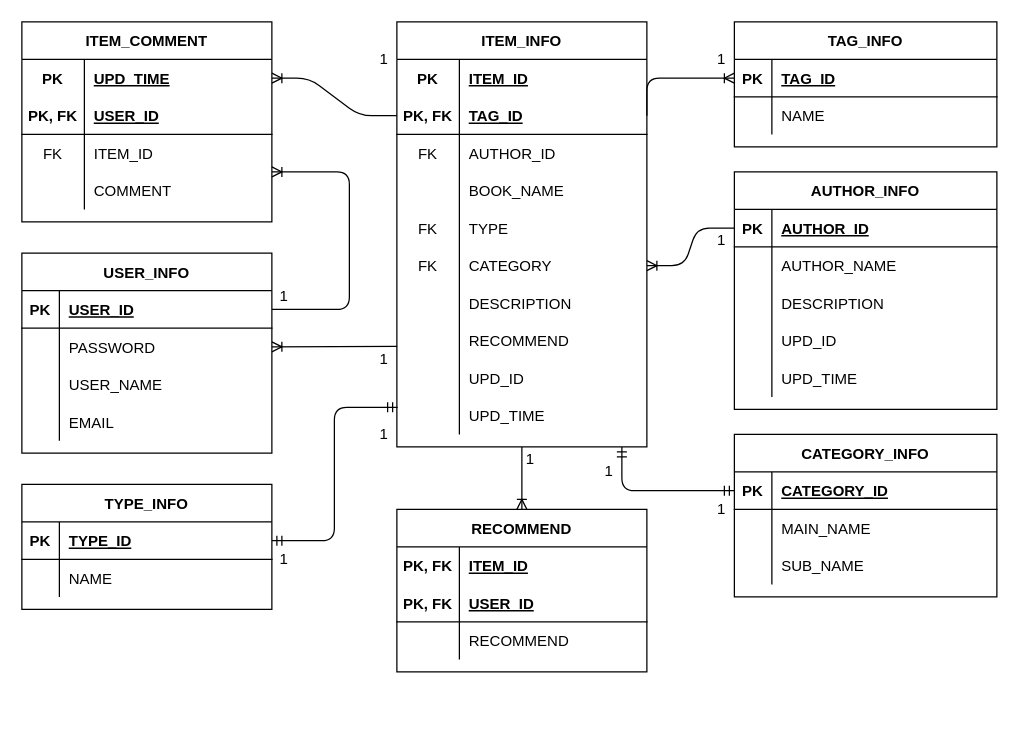
memorykghs/Recommend-Books-And-Drama keeps this draw.io diagram as ER model.drawio. Above is the earlier version. Source tidied: cells renumbered, new cells numbered last; positions are measured from the earlier drawing's top-left corner, leaving out a move shared by most shapes. Both pictures are drawn from the tidied source at 125%, with x=0, y=0 at pixel (21, 21).
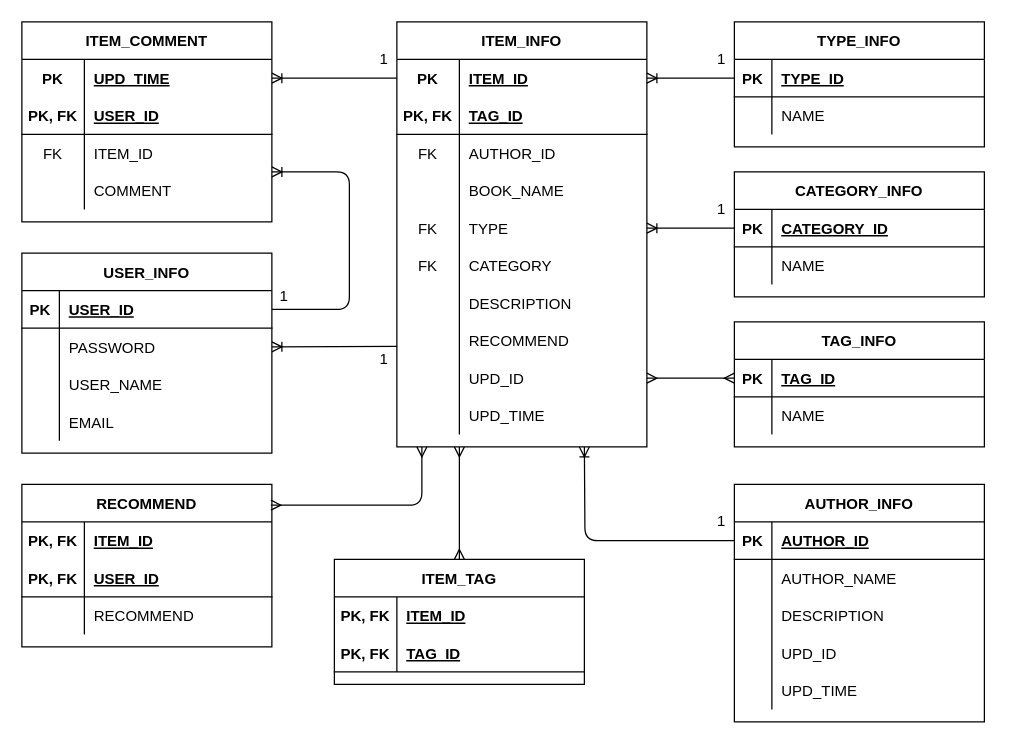
The same page after the edit.

Unchanged cells that the change refers to:
```xml
<mxCell id="25" value="ITEM_INFO" style="shape=table;startSize=30;childLayout=tableLayout;rowLines=0;fontStyle=1;align=center;" parent="1" vertex="1">
  <mxGeometry x="300" width="200" height="340" as="geometry" />
</mxCell>
<mxCell id="26" style="shape=partialRectangle;fillColor=none;points=[[0,0.5],[1,0.5]];portConstraint=eastwest;top=0;left=0;right=0;bottom=0;" parent="25" vertex="1">
  <mxGeometry y="30" width="200" height="30" as="geometry" />
</mxCell>
<mxCell id="29" style="shape=partialRectangle;fillColor=none;points=[[0,0.5],[1,0.5]];portConstraint=eastwest;top=0;left=0;right=0;bottom=1;" parent="25" vertex="1">
  <mxGeometry y="60" width="200" height="30" as="geometry" />
</mxCell>
<mxCell id="38" style="shape=partialRectangle;fillColor=none;points=[[0,0.5],[1,0.5]];portConstraint=eastwest;top=0;left=0;right=0;bottom=0;" parent="25" vertex="1">
  <mxGeometry y="150" width="200" height="30" as="geometry" />
</mxCell>
<mxCell id="41" style="shape=partialRectangle;fillColor=none;points=[[0,0.5],[1,0.5]];portConstraint=eastwest;top=0;left=0;right=0;bottom=0;" parent="25" vertex="1">
  <mxGeometry y="180" width="200" height="30" as="geometry" />
</mxCell>
<mxCell id="50" style="shape=partialRectangle;fillColor=none;points=[[0,0.5],[1,0.5]];portConstraint=eastwest;top=0;left=0;right=0;bottom=0;" parent="25" vertex="1">
  <mxGeometry y="270" width="200" height="30" as="geometry" />
</mxCell>
<mxCell id="53" style="shape=partialRectangle;fillColor=none;points=[[0,0.5],[1,0.5]];portConstraint=eastwest;top=0;left=0;right=0;bottom=0;" parent="25" vertex="1">
  <mxGeometry y="300" width="200" height="30" as="geometry" />
</mxCell>
<mxCell id="57" style="shape=partialRectangle;fillColor=none;points=[[0,0.5],[1,0.5]];portConstraint=eastwest;top=0;left=0;right=0;bottom=0;" parent="56" vertex="1">
  <mxGeometry y="30" width="200" height="30" as="geometry" />
</mxCell>
<mxCell id="83" style="shape=partialRectangle;fillColor=none;points=[[0,0.5],[1,0.5]];portConstraint=eastwest;top=0;left=0;right=0;bottom=1;" parent="82" vertex="1">
  <mxGeometry y="30" width="200" height="30" as="geometry" />
</mxCell>
```

What changed in the source:
```diff
@@
     <mxCell id="2" value="AUTHOR_INFO" style="shape=table;startSize=30;childLayout=tableLayout;rowLines=0;fontStyle=1;align=center;" parent="1" vertex="1">
-      <mxGeometry x="570" y="120" width="210" height="190" as="geometry" />
+      <mxGeometry x="570" y="370" width="200" height="190" as="geometry" />
     </mxCell>
     <mxCell id="3" style="shape=partialRectangle;fillColor=none;points=[[0,0.5],[1,0.5]];portConstraint=eastwest;top=0;left=0;right=0;bottom=1;" parent="2" vertex="1">
-      <mxGeometry y="30" width="210" height="30" as="geometry" />
+      <mxGeometry y="30" width="200" height="30" as="geometry" />
     </mxCell>
@@
     <mxCell id="5" value="AUTHOR_ID" style="shape=partialRectangle;overflow=hidden;fillColor=none;top=0;left=0;bottom=0;right=0;align=left;spacingLeft=6;fontStyle=5;" parent="3" vertex="1">
-      <mxGeometry x="30" width="180" height="30" as="geometry" />
+      <mxGeometry x="30" width="170" height="30" as="geometry" />
     </mxCell>
     <mxCell id="6" style="shape=partialRectangle;fillColor=none;top=0;left=0;right=0;bottom=0;" parent="2" vertex="1">
-      <mxGeometry y="60" width="210" height="30" as="geometry" />
+      <mxGeometry y="60" width="200" height="30" as="geometry" />
     </mxCell>
@@
     <mxCell id="8" value="AUTHOR_NAME" style="shape=partialRectangle;overflow=hidden;fillColor=none;top=0;left=0;bottom=0;right=0;align=left;spacingLeft=6;" parent="6" vertex="1">
-      <mxGeometry x="30" width="180" height="30" as="geometry" />
+      <mxGeometry x="30" width="170" height="30" as="geometry" />
     </mxCell>
     <mxCell id="9" style="shape=partialRectangle;fillColor=none;top=0;left=0;right=0;bottom=0;" parent="2" vertex="1">
-      <mxGeometry y="90" width="210" height="30" as="geometry" />
+      <mxGeometry y="90" width="200" height="30" as="geometry" />
     </mxCell>
@@
     <mxCell id="11" value="DESCRIPTION" style="shape=partialRectangle;overflow=hidden;fillColor=none;top=0;left=0;bottom=0;right=0;align=left;spacingLeft=6;" parent="9" vertex="1">
-      <mxGeometry x="30" width="180" height="30" as="geometry" />
+      <mxGeometry x="30" width="170" height="30" as="geometry" />
     </mxCell>
     <mxCell id="12" style="shape=partialRectangle;fillColor=none;top=0;left=0;right=0;bottom=0;" parent="2" vertex="1">
-      <mxGeometry y="120" width="210" height="30" as="geometry" />
+      <mxGeometry y="120" width="200" height="30" as="geometry" />
     </mxCell>
@@
     <mxCell id="14" value="UPD_ID" style="shape=partialRectangle;overflow=hidden;fillColor=none;top=0;left=0;bottom=0;right=0;align=left;spacingLeft=6;" parent="12" vertex="1">
-      <mxGeometry x="30" width="180" height="30" as="geometry" />
+      <mxGeometry x="30" width="170" height="30" as="geometry" />
     </mxCell>
     <mxCell id="15" style="shape=partialRectangle;fillColor=none;top=0;left=0;right=0;bottom=0;" parent="2" vertex="1">
-      <mxGeometry y="150" width="210" height="30" as="geometry" />
+      <mxGeometry y="150" width="200" height="30" as="geometry" />
     </mxCell>
@@
     <mxCell id="17" value="UPD_TIME" style="shape=partialRectangle;overflow=hidden;fillColor=none;top=0;left=0;bottom=0;right=0;align=left;spacingLeft=6;" parent="15" vertex="1">
-      <mxGeometry x="30" width="180" height="30" as="geometry" />
+      <mxGeometry x="30" width="170" height="30" as="geometry" />
     </mxCell>
     <mxCell id="18" value="TAG_INFO" style="shape=table;startSize=30;childLayout=tableLayout;rowLines=0;fontStyle=1;align=center;" parent="1" vertex="1">
-      <mxGeometry x="570" width="210" height="100" as="geometry" />
+      <mxGeometry x="570" y="240" width="200" height="100" as="geometry" />
     </mxCell>
     <mxCell id="19" style="shape=partialRectangle;fillColor=none;points=[[0,0.5],[1,0.5]];portConstraint=eastwest;top=0;left=0;right=0;bottom=1;" parent="18" vertex="1">
-      <mxGeometry y="30" width="210" height="30" as="geometry" />
+      <mxGeometry y="30" width="200" height="30" as="geometry" />
     </mxCell>
@@
     <mxCell id="21" value="TAG_ID" style="shape=partialRectangle;overflow=hidden;fillColor=none;top=0;left=0;bottom=0;right=0;align=left;spacingLeft=6;fontStyle=5;" parent="19" vertex="1">
-      <mxGeometry x="30" width="180" height="30" as="geometry" />
+      <mxGeometry x="30" width="170" height="30" as="geometry" />
     </mxCell>
     <mxCell id="22" style="shape=partialRectangle;fillColor=none;top=0;left=0;right=0;bottom=0;" parent="18" vertex="1">
-      <mxGeometry y="60" width="210" height="30" as="geometry" />
+      <mxGeometry y="60" width="200" height="30" as="geometry" />
     </mxCell>
@@
     <mxCell id="24" value="NAME" style="shape=partialRectangle;overflow=hidden;fillColor=none;top=0;left=0;bottom=0;right=0;align=left;spacingLeft=6;" parent="22" vertex="1">
-      <mxGeometry x="30" width="180" height="30" as="geometry" />
+      <mxGeometry x="30" width="170" height="30" as="geometry" />
     </mxCell>
@@
     <mxCell id="82" value="TYPE_INFO" style="shape=table;startSize=30;childLayout=tableLayout;rowLines=0;fontStyle=1;align=center;" parent="1" vertex="1">
-      <mxGeometry y="370" width="200" height="100" as="geometry" />
+      <mxGeometry x="570" width="200" height="100" as="geometry" />
     </mxCell>
@@
-    <mxCell id="89" style="edgeStyle=entityRelationEdgeStyle;fontSize=12;html=1;endArrow=ERoneToMany;exitX=0;exitY=0.5;exitDx=0;exitDy=0;entryX=1;entryY=0.5;entryDx=0;entryDy=0;" parent="1" edge="1" source="29" target="57">
+    <mxCell id="89" style="fontSize=12;html=1;endArrow=ERoneToMany;exitX=0;exitY=0.5;exitDx=0;exitDy=0;entryX=1;entryY=0.5;entryDx=0;entryDy=0;" parent="1" edge="1" source="26" target="57">
       <mxGeometry relative="1" as="geometry" />
     </mxCell>
@@
-    <mxCell id="91" style="edgeStyle=elbowEdgeStyle;fontSize=12;html=1;endArrow=ERoneToMany;exitX=1;exitY=0.5;exitDx=0;exitDy=0;entryX=0;entryY=0.5;entryDx=0;entryDy=0;" parent="1" edge="1" source="29" target="19">
-      <mxGeometry relative="1" as="geometry">
-        <Array as="points">
-          <mxPoint x="500" y="45" />
-        </Array>
-      </mxGeometry>
-    </mxCell>
@@
-    <mxCell id="93" style="edgeStyle=elbowEdgeStyle;fontSize=12;html=1;endArrow=ERmandOne;startArrow=ERmandOne;exitX=0.003;exitY=0.278;exitDx=0;exitDy=0;exitPerimeter=0;" parent="1" edge="1" source="53" target="83">
-      <mxGeometry relative="1" as="geometry">
-        <Array as="points">
-          <mxPoint x="250" y="360" />
-          <mxPoint x="400" y="410" />
-        </Array>
-      </mxGeometry>
-    </mxCell>
-    <mxCell id="94" value="1" style="text;html=1;strokeColor=none;fillColor=none;align=center;verticalAlign=middle;whiteSpace=wrap;rounded=0;" parent="1" vertex="1">
-      <mxGeometry x="270" y="320" width="40" height="20" as="geometry" />
-    </mxCell>
-    <mxCell id="95" value="1" style="text;html=1;strokeColor=none;fillColor=none;align=center;verticalAlign=middle;whiteSpace=wrap;rounded=0;" parent="1" vertex="1">
-      <mxGeometry x="190" y="420" width="40" height="20" as="geometry" />
-    </mxCell>
-    <mxCell id="96" style="edgeStyle=entityRelationEdgeStyle;fontSize=12;html=1;endArrow=ERoneToMany;exitX=0;exitY=0.5;exitDx=0;exitDy=0;entryX=1;entryY=0.5;entryDx=0;entryDy=0;" parent="1" edge="1" source="3" target="41">
-      <mxGeometry relative="1" as="geometry" />
-    </mxCell>
     <mxCell id="97" value="1" style="text;html=1;strokeColor=none;fillColor=none;align=center;verticalAlign=middle;whiteSpace=wrap;rounded=0;" parent="1" vertex="1">
-      <mxGeometry x="540" y="165" width="40" height="20" as="geometry" />
+      <mxGeometry x="540" y="140" width="40" height="20" as="geometry" />
     </mxCell>
@@
     <mxCell id="101" value="CATEGORY_INFO" style="shape=table;startSize=30;childLayout=tableLayout;rowLines=0;fontStyle=1;align=center;" parent="1" vertex="1">
-      <mxGeometry x="570" y="330" width="210" height="130" as="geometry" />
+      <mxGeometry x="570" y="120" width="200" height="100" as="geometry" />
     </mxCell>
     <mxCell id="102" style="shape=partialRectangle;fillColor=none;points=[[0,0.5],[1,0.5]];portConstraint=eastwest;top=0;left=0;right=0;bottom=1;" parent="101" vertex="1">
-      <mxGeometry y="30" width="210" height="30" as="geometry" />
+      <mxGeometry y="30" width="200" height="30" as="geometry" />
     </mxCell>
@@
     <mxCell id="104" value="CATEGORY_ID" style="shape=partialRectangle;overflow=hidden;fillColor=none;top=0;left=0;bottom=0;right=0;align=left;spacingLeft=6;fontStyle=5;" parent="102" vertex="1">
-      <mxGeometry x="30" width="180" height="30" as="geometry" />
+      <mxGeometry x="30" width="170" height="30" as="geometry" />
     </mxCell>
     <mxCell id="105" style="shape=partialRectangle;fillColor=none;top=0;left=0;right=0;bottom=0;" parent="101" vertex="1">
-      <mxGeometry y="60" width="210" height="30" as="geometry" />
+      <mxGeometry y="60" width="200" height="30" as="geometry" />
     </mxCell>
@@
-    <mxCell id="107" value="MAIN_NAME" style="shape=partialRectangle;overflow=hidden;fillColor=none;top=0;left=0;bottom=0;right=0;align=left;spacingLeft=6;" parent="105" vertex="1">
-      <mxGeometry x="30" width="180" height="30" as="geometry" />
+    <mxCell id="107" value="NAME" style="shape=partialRectangle;overflow=hidden;fillColor=none;top=0;left=0;bottom=0;right=0;align=left;spacingLeft=6;" parent="105" vertex="1">
+      <mxGeometry x="30" width="170" height="30" as="geometry" />
     </mxCell>
-    <mxCell id="108" style="shape=partialRectangle;fillColor=none;top=0;left=0;right=0;bottom=0;" parent="101" vertex="1">
-      <mxGeometry y="90" width="210" height="30" as="geometry" />
-    </mxCell>
-    <mxCell id="109" style="shape=partialRectangle;overflow=hidden;fillColor=none;top=0;left=0;bottom=0;right=0;" parent="108" vertex="1">
-      <mxGeometry width="30" height="30" as="geometry" />
-    </mxCell>
-    <mxCell id="110" value="SUB_NAME" style="shape=partialRectangle;overflow=hidden;fillColor=none;top=0;left=0;bottom=0;right=0;align=left;spacingLeft=6;" parent="108" vertex="1">
-      <mxGeometry x="30" width="180" height="30" as="geometry" />
-    </mxCell>
-    <mxCell id="111" style="edgeStyle=elbowEdgeStyle;fontSize=12;html=1;endArrow=ERmandOne;startArrow=ERmandOne;entryX=0;entryY=0.5;entryDx=0;entryDy=0;" parent="1" edge="1" target="102">
-      <mxGeometry relative="1" as="geometry">
-        <mxPoint x="480" y="340" as="sourcePoint" />
-        <Array as="points">
-          <mxPoint x="480" y="400" />
-          <mxPoint x="410" y="420" />
-        </Array>
-      </mxGeometry>
-    </mxCell>
-    <mxCell id="112" value="1" style="text;html=1;strokeColor=none;fillColor=none;align=center;verticalAlign=middle;whiteSpace=wrap;rounded=0;" parent="1" vertex="1">
-      <mxGeometry x="450" y="350" width="40" height="20" as="geometry" />
-    </mxCell>
-    <mxCell id="113" value="1" style="text;html=1;strokeColor=none;fillColor=none;align=center;verticalAlign=middle;whiteSpace=wrap;rounded=0;" parent="1" vertex="1">
-      <mxGeometry x="540" y="380" width="40" height="20" as="geometry" />
-    </mxCell>
@@
     <mxCell id="115" value="RECOMMEND" style="shape=table;startSize=30;childLayout=tableLayout;rowLines=0;fontStyle=1;align=center;" parent="1" vertex="1">
-      <mxGeometry x="300" y="390" width="200" height="130" as="geometry" />
+      <mxGeometry y="370" width="200" height="130" as="geometry" />
     </mxCell>
@@
-    <mxCell id="125" style="fontSize=12;html=1;endArrow=ERoneToMany;exitX=0.5;exitY=1;exitDx=0;exitDy=0;entryX=0.5;entryY=0;entryDx=0;entryDy=0;" parent="1" edge="1" source="25" target="115">
-      <mxGeometry relative="1" as="geometry" />
-    </mxCell>
-    <mxCell id="126" value="1" style="text;html=1;strokeColor=none;fillColor=none;align=center;verticalAlign=middle;whiteSpace=wrap;rounded=0;" parent="1" vertex="1">
-      <mxGeometry x="387" y="340" width="40" height="20" as="geometry" />
-    </mxCell>
+    <mxCell id="127" style="fontSize=12;html=1;endArrow=ERoneToMany;exitX=0;exitY=0.5;exitDx=0;exitDy=0;entryX=1;entryY=0.5;entryDx=0;entryDy=0;" parent="1" edge="1" source="83" target="26">
+      <mxGeometry relative="1" as="geometry" />
+    </mxCell>
+    <mxCell id="128" style="fontSize=12;html=1;endArrow=ERoneToMany;exitX=0;exitY=0.5;exitDx=0;exitDy=0;entryX=1;entryY=0.5;entryDx=0;entryDy=0;" parent="1" edge="1" source="102" target="38">
+      <mxGeometry relative="1" as="geometry" />
+    </mxCell>
+    <mxCell id="129" style="fontSize=12;html=1;endArrow=ERmany;startArrow=ERmany;entryX=0;entryY=0.5;entryDx=0;entryDy=0;" parent="1" edge="1" source="50" target="19">
+      <mxGeometry relative="1" as="geometry" />
+    </mxCell>
+    <mxCell id="130" style="edgeStyle=orthogonalEdgeStyle;fontSize=12;html=1;endArrow=ERoneToMany;exitX=0;exitY=0.5;exitDx=0;exitDy=0;" parent="1" edge="1" source="3">
+      <mxGeometry relative="1" as="geometry">
+        <mxPoint x="450" y="340" as="targetPoint" />
+      </mxGeometry>
+    </mxCell>
+    <mxCell id="131" value="1" style="text;html=1;strokeColor=none;fillColor=none;align=center;verticalAlign=middle;whiteSpace=wrap;rounded=0;" parent="1" vertex="1">
+      <mxGeometry x="540" y="390" width="40" height="20" as="geometry" />
+    </mxCell>
+    <mxCell id="132" value="ITEM_TAG" style="shape=table;startSize=30;childLayout=tableLayout;rowLines=0;fontStyle=1;align=center;" parent="1" vertex="1">
+      <mxGeometry x="250" y="430" width="200" height="100" as="geometry" />
+    </mxCell>
+    <mxCell id="133" style="shape=partialRectangle;fillColor=none;top=0;left=0;right=0;bottom=0;fontStyle=5;" parent="132" vertex="1">
+      <mxGeometry y="30" width="200" height="30" as="geometry" />
+    </mxCell>
+    <mxCell id="134" value="PK, FK" style="shape=partialRectangle;overflow=hidden;fillColor=none;top=0;left=0;bottom=0;right=0;fontStyle=1;" parent="133" vertex="1">
+      <mxGeometry width="50" height="30" as="geometry" />
+    </mxCell>
+    <mxCell id="135" value="ITEM_ID" style="shape=partialRectangle;overflow=hidden;fillColor=none;top=0;left=0;bottom=0;right=0;align=left;spacingLeft=6;fontStyle=5;" parent="133" vertex="1">
+      <mxGeometry x="50" width="150" height="30" as="geometry" />
+    </mxCell>
+    <mxCell id="136" style="shape=partialRectangle;fillColor=none;top=0;left=0;right=0;bottom=1;" parent="132" vertex="1">
+      <mxGeometry y="60" width="200" height="30" as="geometry" />
+    </mxCell>
+    <mxCell id="137" value="PK, FK" style="shape=partialRectangle;overflow=hidden;fillColor=none;top=0;left=0;bottom=0;right=0;fontStyle=1;" parent="136" vertex="1">
+      <mxGeometry width="50" height="30" as="geometry" />
+    </mxCell>
+    <mxCell id="138" value="TAG_ID" style="shape=partialRectangle;overflow=hidden;fillColor=none;top=0;left=0;bottom=0;right=0;align=left;spacingLeft=6;fontStyle=5;" parent="136" vertex="1">
+      <mxGeometry x="50" width="150" height="30" as="geometry" />
+    </mxCell>
+    <mxCell id="139" style="fontSize=12;html=1;endArrow=ERmany;startArrow=ERmany;entryX=0.5;entryY=0;entryDx=0;entryDy=0;exitX=0.25;exitY=1;exitDx=0;exitDy=0;" parent="1" edge="1" source="25" target="132">
+      <mxGeometry relative="1" as="geometry" />
+    </mxCell>
+    <mxCell id="140" style="fontSize=12;html=1;endArrow=ERmany;startArrow=ERmany;entryX=0.996;entryY=0.128;entryDx=0;entryDy=0;edgeStyle=orthogonalEdgeStyle;entryPerimeter=0;" parent="1" edge="1" target="115">
+      <mxGeometry relative="1" as="geometry">
+        <mxPoint x="320" y="340" as="sourcePoint" />
+        <Array as="points">
+          <mxPoint x="320" y="387" />
+        </Array>
+      </mxGeometry>
+    </mxCell>
```
